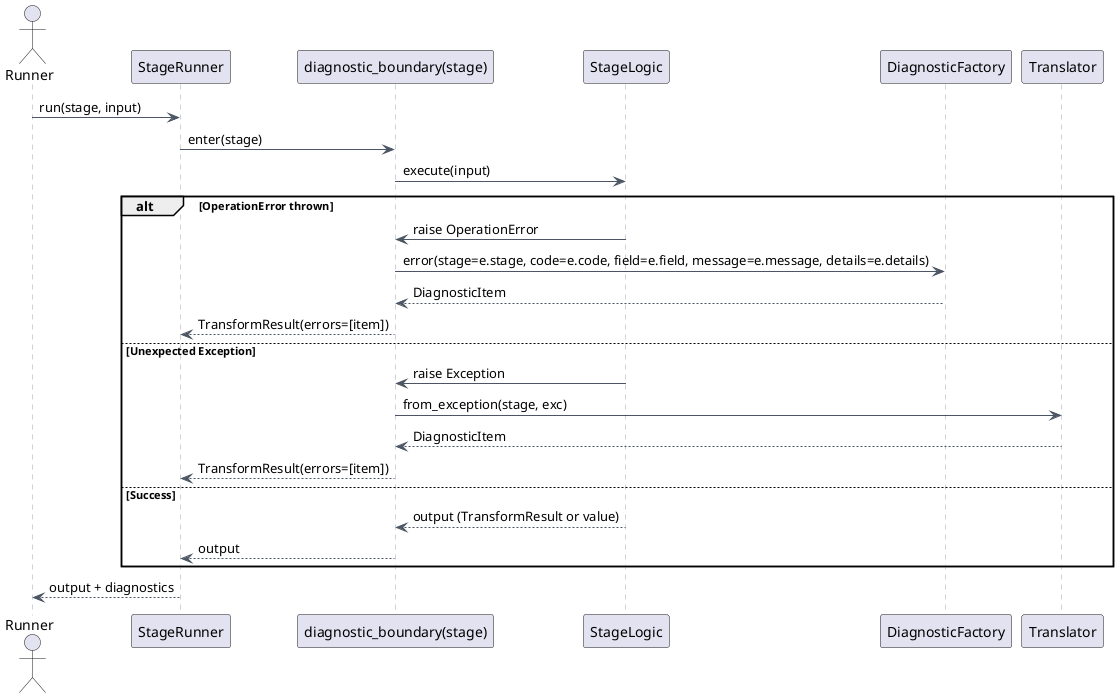
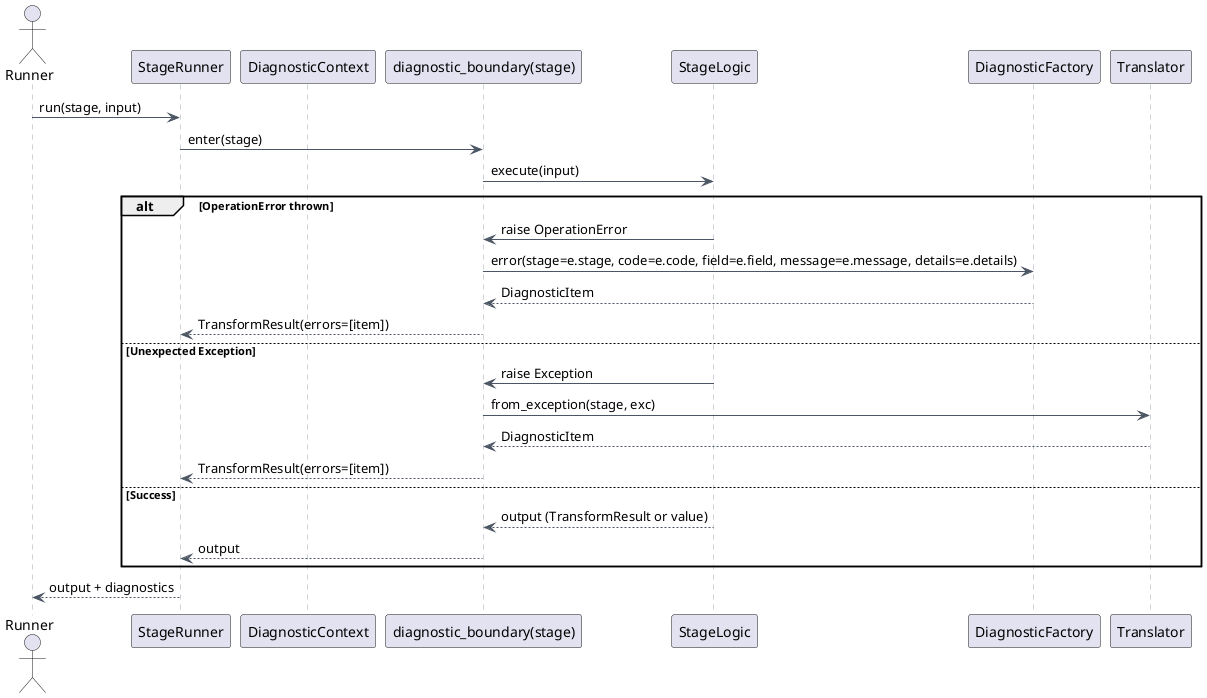
@startuml
skinparam backgroundColor white
skinparam linetype ortho
skinparam defaultFontName Arial
skinparam SequenceArrowColor #4b5563
skinparam SequenceLifeLineBorderColor #9ca3af
actor Runner as R
participant "StageRunner" as SR
+ participant "DiagnosticContext" as C
participant "diagnostic_boundary(stage)" as B
participant "StageLogic" as S
participant "DiagnosticFactory" as F
participant "Translator" as T

R -> SR : run(stage, input)
SR -> B : enter(stage)
B -> S : execute(input)

alt OperationError thrown
  S -> B : raise OperationError
  B -> F : error(stage=e.stage, code=e.code, field=e.field, message=e.message, details=e.details)
  F --> B : DiagnosticItem
  B --> SR : TransformResult(errors=[item])
else Unexpected Exception
  S -> B : raise Exception
  B -> T : from_exception(stage, exc)
  T --> B : DiagnosticItem
  B --> SR : TransformResult(errors=[item])
else Success
  S --> B : output (TransformResult or value)
  B --> SR : output
end

SR --> R : output + diagnostics
@enduml
